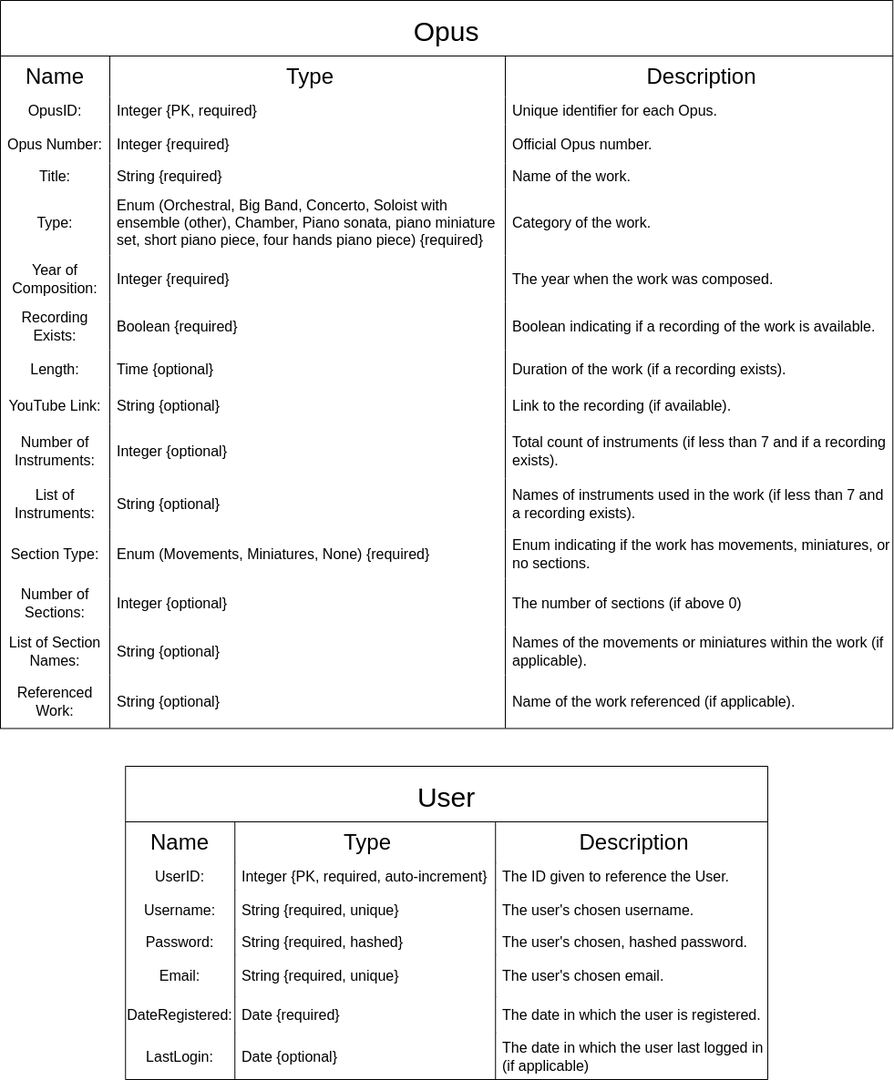
Earlier version of the draw.io export Design Documents/kapustin-UML.drawio.png (alixvox/kapustin-api). Source tidied: cells renumbered, new cells last; positions are measured from the earlier drawing's top-left corner, leaving out a move shared by most shapes.
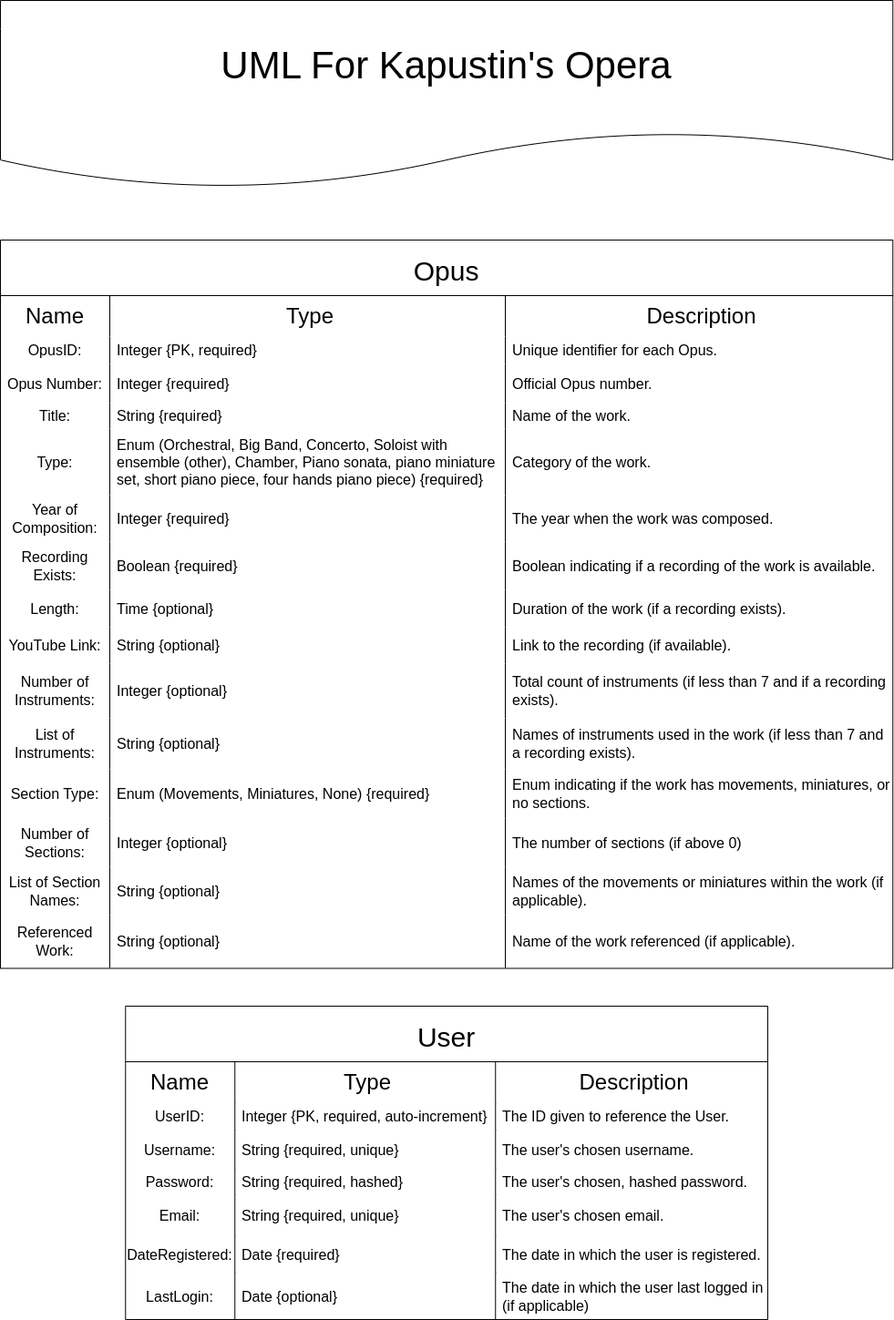
After the commit.

Change to the diagram source:
```diff
@@ -272,5 +272,8 @@
     <mxCell id="91" value="The date in which the user last logged in (if applicable)" style="shape=partialRectangle;whiteSpace=wrap;fillColor=none;top=0;left=0;bottom=0;right=0;align=left;spacingLeft=6;overflow=hidden;strokeColor=inherit;fontSize=16;" parent="88" vertex="1">
       <mxGeometry x="406" width="299" height="51" as="geometry" />
     </mxCell>
+    <mxCell id="92" value="&lt;font style=&quot;font-size: 42px;&quot;&gt;UML For Kapustin's Opera&lt;/font&gt;" style="shape=document;whiteSpace=wrap;html=1;boundedLbl=1;" parent="1" vertex="1">
+      <mxGeometry y="-263" width="979.2" height="206" as="geometry" />
+    </mxCell>
   </root>
 </mxGraphModel>
```
